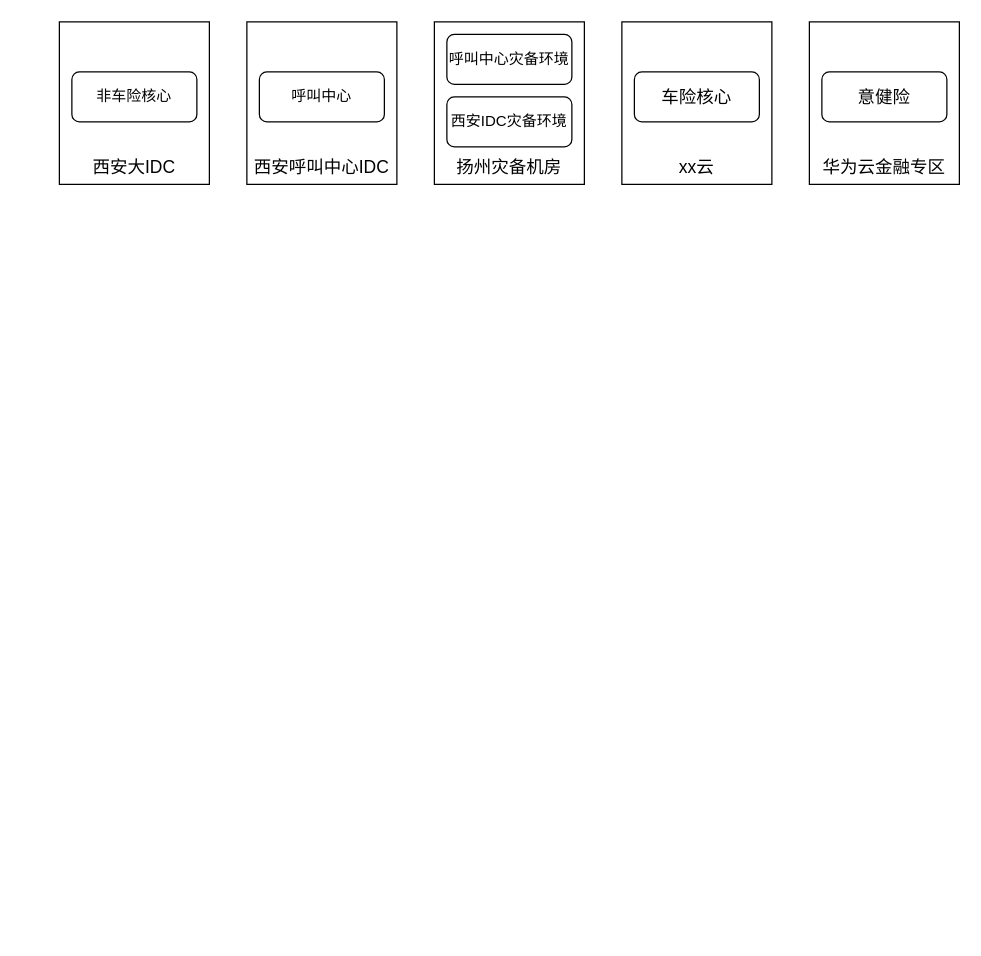
Earlier version of the draw.io diagram 华为云上云架构设计研讨.drawio (wucaitian/wucaitian). Source tidied: cells renumbered, new cells numbered last; positions are measured from the earlier drawing's top-left corner, leaving out a move shared by most shapes. Both pictures are drawn from the tidied source at 125%, with x=0, y=0 at pixel (59, 21).
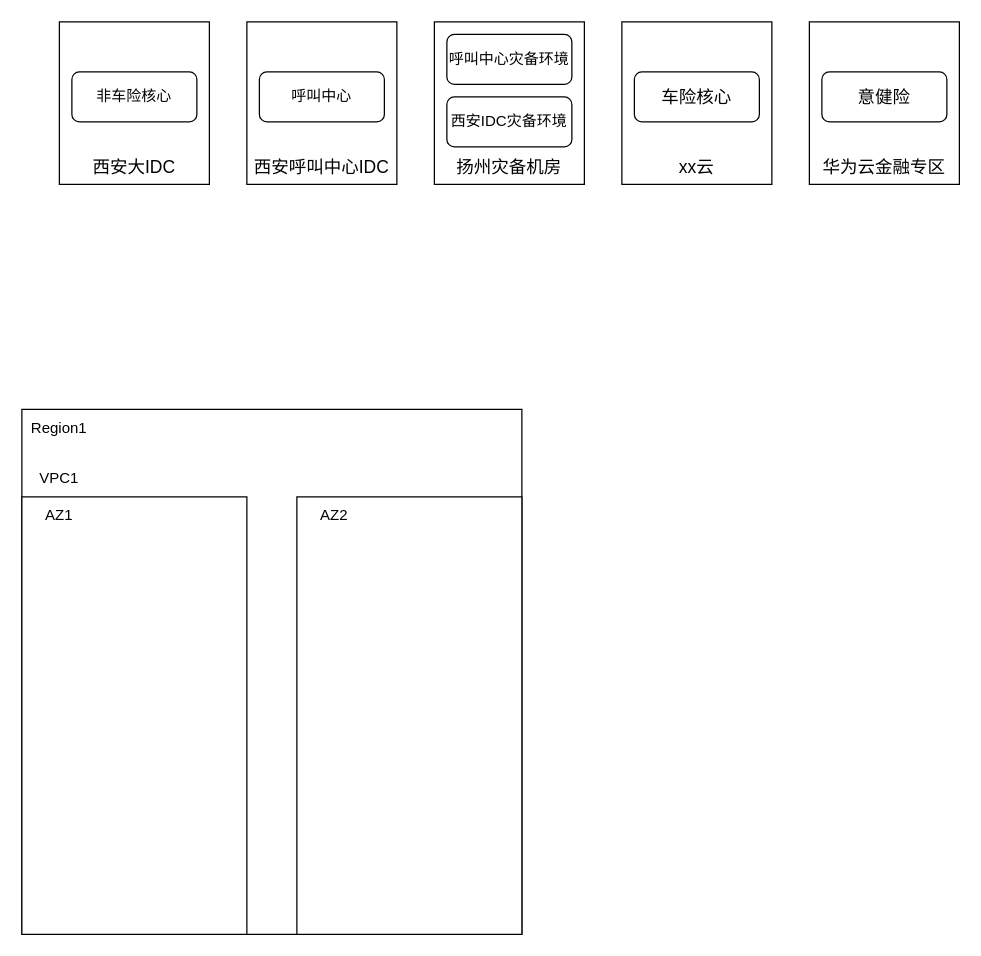
Above is the later version.

Commit message (it also covers changes not shown here):
更新华为云上云架构设计研讨.drawio

The edit, as a diff of the source:
```diff
@@
 <mxGraphModel>
   <root>
     <mxCell id="0" />
     <mxCell id="1" parent="0" />
     <mxCell id="2" value="&lt;p style=&quot;margin: 0pt 0pt 0.0001pt; text-align: justify; font-family: Calibri; font-size: 10.5pt;&quot; class=&quot;MsoNormal&quot;&gt;&lt;br&gt;&lt;/p&gt;&lt;p style=&quot;margin: 0pt 0pt 0.0001pt; text-align: justify; font-family: Calibri; font-size: 10.5pt;&quot; class=&quot;MsoNormal&quot;&gt;&lt;br&gt;&lt;/p&gt;&lt;p style=&quot;margin: 0pt 0pt 0.0001pt; text-align: justify; font-family: Calibri; font-size: 10.5pt;&quot; class=&quot;MsoNormal&quot;&gt;&lt;br&gt;&lt;/p&gt;&lt;p style=&quot;margin: 0pt 0pt 0.0001pt; text-align: justify; font-family: Calibri; font-size: 10.5pt;&quot; class=&quot;MsoNormal&quot;&gt;&lt;br&gt;&lt;/p&gt;&lt;p style=&quot;margin: 0pt 0pt 0.0001pt; text-align: justify; font-family: Calibri; font-size: 10.5pt;&quot; class=&quot;MsoNormal&quot;&gt;&lt;br&gt;&lt;/p&gt;&lt;p style=&quot;margin: 0pt 0pt 0.0001pt; text-align: justify; font-family: Calibri; font-size: 10.5pt;&quot; class=&quot;MsoNormal&quot;&gt;&lt;br&gt;&lt;/p&gt;&lt;p style=&quot;margin: 0pt 0pt 0.0001pt; text-align: justify; font-family: Calibri; font-size: 10.5pt;&quot; class=&quot;MsoNormal&quot;&gt;&lt;font face=&quot;仿宋_GB2312&quot;&gt;西安大&lt;/font&gt;&lt;font face=&quot;仿宋_GB2312&quot;&gt;IDC&lt;/font&gt;&lt;/p&gt;" style="rounded=0;whiteSpace=wrap;html=1;" parent="1" vertex="1">
       <mxGeometry width="120" height="130" as="geometry" />
     </mxCell>
     <mxCell id="3" value="&lt;p style=&quot;margin: 0pt 0pt 0.0001pt; text-align: justify; font-family: Calibri; font-size: 10.5pt;&quot; class=&quot;MsoNormal&quot;&gt;&lt;br&gt;&lt;/p&gt;&lt;p style=&quot;margin: 0pt 0pt 0.0001pt; text-align: justify; font-family: Calibri; font-size: 10.5pt;&quot; class=&quot;MsoNormal&quot;&gt;&lt;br&gt;&lt;/p&gt;&lt;p style=&quot;margin: 0pt 0pt 0.0001pt; text-align: justify; font-family: Calibri; font-size: 10.5pt;&quot; class=&quot;MsoNormal&quot;&gt;&lt;br&gt;&lt;/p&gt;&lt;p style=&quot;margin: 0pt 0pt 0.0001pt; text-align: justify; font-family: Calibri; font-size: 10.5pt;&quot; class=&quot;MsoNormal&quot;&gt;&lt;br&gt;&lt;/p&gt;&lt;p style=&quot;margin: 0pt 0pt 0.0001pt; text-align: justify; font-family: Calibri; font-size: 10.5pt;&quot; class=&quot;MsoNormal&quot;&gt;&lt;br&gt;&lt;/p&gt;&lt;p style=&quot;margin: 0pt 0pt 0.0001pt; text-align: justify; font-family: Calibri; font-size: 10.5pt;&quot; class=&quot;MsoNormal&quot;&gt;&lt;br&gt;&lt;/p&gt;&lt;p style=&quot;margin: 0pt 0pt 0.0001pt; text-align: justify; font-family: Calibri; font-size: 10.5pt;&quot; class=&quot;MsoNormal&quot;&gt;&lt;font face=&quot;仿宋_GB2312&quot;&gt;扬州灾备机房&lt;/font&gt;&lt;/p&gt;" style="rounded=0;whiteSpace=wrap;html=1;" parent="1" vertex="1">
       <mxGeometry x="300" width="120" height="130" as="geometry" />
     </mxCell>
     <mxCell id="4" value="&lt;p style=&quot;margin: 0pt 0pt 0.0001pt; text-align: justify; font-family: Calibri; font-size: 10.5pt;&quot; class=&quot;MsoNormal&quot;&gt;&lt;br&gt;&lt;/p&gt;&lt;p style=&quot;margin: 0pt 0pt 0.0001pt; text-align: justify; font-family: Calibri; font-size: 10.5pt;&quot; class=&quot;MsoNormal&quot;&gt;&lt;font face=&quot;仿宋_GB2312&quot;&gt;&lt;br&gt;&lt;/font&gt;&lt;/p&gt;&lt;p style=&quot;margin: 0pt 0pt 0.0001pt; text-align: justify; font-family: Calibri; font-size: 10.5pt;&quot; class=&quot;MsoNormal&quot;&gt;&lt;font face=&quot;仿宋_GB2312&quot;&gt;&lt;br&gt;&lt;/font&gt;&lt;/p&gt;&lt;p style=&quot;margin: 0pt 0pt 0.0001pt; text-align: justify; font-family: Calibri; font-size: 10.5pt;&quot; class=&quot;MsoNormal&quot;&gt;&lt;font face=&quot;仿宋_GB2312&quot;&gt;&lt;br&gt;&lt;/font&gt;&lt;/p&gt;&lt;p style=&quot;margin: 0pt 0pt 0.0001pt; text-align: justify; font-family: Calibri; font-size: 10.5pt;&quot; class=&quot;MsoNormal&quot;&gt;&lt;font face=&quot;仿宋_GB2312&quot;&gt;&lt;br&gt;&lt;/font&gt;&lt;/p&gt;&lt;p style=&quot;margin: 0pt 0pt 0.0001pt; text-align: justify; font-family: Calibri; font-size: 10.5pt;&quot; class=&quot;MsoNormal&quot;&gt;&lt;font face=&quot;仿宋_GB2312&quot;&gt;&lt;br&gt;&lt;/font&gt;&lt;/p&gt;&lt;p style=&quot;margin: 0pt 0pt 0.0001pt; text-align: justify; font-family: Calibri; font-size: 10.5pt;&quot; class=&quot;MsoNormal&quot;&gt;&lt;font style=&quot;font-size: 10.5pt;&quot; face=&quot;仿宋_GB2312&quot;&gt;西安呼叫中心&lt;/font&gt;&lt;font style=&quot;font-size: 10.5pt;&quot; face=&quot;仿宋_GB2312&quot;&gt;IDC&lt;/font&gt;&lt;br&gt;&lt;/p&gt;" style="rounded=0;whiteSpace=wrap;html=1;" parent="1" vertex="1">
       <mxGeometry x="150" width="120" height="130" as="geometry" />
     </mxCell>
     <mxCell id="5" value="&lt;p style=&quot;margin: 0pt 0pt 0.0001pt; text-align: justify; font-family: Calibri; font-size: 10.5pt;&quot; class=&quot;MsoNormal&quot;&gt;&lt;span style=&quot;font-family: 仿宋_GB2312; font-size: 10.5pt;&quot;&gt;&lt;br&gt;&lt;/span&gt;&lt;/p&gt;&lt;p style=&quot;margin: 0pt 0pt 0.0001pt; text-align: justify; font-family: Calibri; font-size: 10.5pt;&quot; class=&quot;MsoNormal&quot;&gt;&lt;span style=&quot;font-family: 仿宋_GB2312; font-size: 10.5pt;&quot;&gt;&lt;br&gt;&lt;/span&gt;&lt;/p&gt;&lt;p style=&quot;margin: 0pt 0pt 0.0001pt; text-align: justify; font-family: Calibri; font-size: 10.5pt;&quot; class=&quot;MsoNormal&quot;&gt;&lt;span style=&quot;font-family: 仿宋_GB2312; font-size: 10.5pt;&quot;&gt;&lt;br&gt;&lt;/span&gt;&lt;/p&gt;&lt;p style=&quot;margin: 0pt 0pt 0.0001pt; text-align: justify; font-family: Calibri; font-size: 10.5pt;&quot; class=&quot;MsoNormal&quot;&gt;&lt;span style=&quot;font-family: 仿宋_GB2312; font-size: 10.5pt;&quot;&gt;&lt;br&gt;&lt;/span&gt;&lt;/p&gt;&lt;p style=&quot;margin: 0pt 0pt 0.0001pt; text-align: justify; font-family: Calibri; font-size: 10.5pt;&quot; class=&quot;MsoNormal&quot;&gt;&lt;span style=&quot;font-family: 仿宋_GB2312; font-size: 10.5pt;&quot;&gt;&lt;br&gt;&lt;/span&gt;&lt;/p&gt;&lt;p style=&quot;margin: 0pt 0pt 0.0001pt; text-align: justify; font-family: Calibri; font-size: 10.5pt;&quot; class=&quot;MsoNormal&quot;&gt;&lt;span style=&quot;font-family: 仿宋_GB2312; font-size: 10.5pt;&quot;&gt;&lt;br&gt;&lt;/span&gt;&lt;/p&gt;&lt;p style=&quot;margin: 0pt 0pt 0.0001pt; text-align: justify; font-family: Calibri; font-size: 10.5pt;&quot; class=&quot;MsoNormal&quot;&gt;&lt;span style=&quot;font-family: 仿宋_GB2312; font-size: 10.5pt;&quot;&gt;xx云&lt;/span&gt;&lt;br&gt;&lt;/p&gt;" style="rounded=0;whiteSpace=wrap;html=1;" parent="1" vertex="1">
       <mxGeometry x="450" width="120" height="130" as="geometry" />
     </mxCell>
     <mxCell id="6" value="&lt;p style=&quot;margin: 0pt 0pt 0.0001pt; text-align: justify; font-family: Calibri; font-size: 10.5pt;&quot; class=&quot;MsoNormal&quot;&gt;&lt;br&gt;&lt;/p&gt;&lt;p style=&quot;margin: 0pt 0pt 0.0001pt; text-align: justify; font-family: Calibri; font-size: 10.5pt;&quot; class=&quot;MsoNormal&quot;&gt;&lt;br&gt;&lt;/p&gt;&lt;p style=&quot;margin: 0pt 0pt 0.0001pt; text-align: justify; font-family: Calibri; font-size: 10.5pt;&quot; class=&quot;MsoNormal&quot;&gt;&lt;br&gt;&lt;/p&gt;&lt;p style=&quot;margin: 0pt 0pt 0.0001pt; text-align: justify; font-family: Calibri; font-size: 10.5pt;&quot; class=&quot;MsoNormal&quot;&gt;&lt;br&gt;&lt;/p&gt;&lt;p style=&quot;margin: 0pt 0pt 0.0001pt; text-align: justify; font-family: Calibri; font-size: 10.5pt;&quot; class=&quot;MsoNormal&quot;&gt;&lt;br&gt;&lt;/p&gt;&lt;p style=&quot;margin: 0pt 0pt 0.0001pt; text-align: justify; font-family: Calibri; font-size: 10.5pt;&quot; class=&quot;MsoNormal&quot;&gt;&lt;br&gt;&lt;/p&gt;&lt;p style=&quot;margin: 0pt 0pt 0.0001pt; text-align: justify; font-family: Calibri; font-size: 10.5pt;&quot; class=&quot;MsoNormal&quot;&gt;&lt;font face=&quot;仿宋_GB2312&quot;&gt;华为云金融专区&lt;/font&gt;&lt;/p&gt;" style="rounded=0;whiteSpace=wrap;html=1;" parent="1" vertex="1">
       <mxGeometry x="600" width="120" height="130" as="geometry" />
     </mxCell>
     <mxCell id="7" value="非车险核心" style="rounded=1;whiteSpace=wrap;html=1;" parent="1" vertex="1">
       <mxGeometry x="10" y="40" width="100" height="40" as="geometry" />
     </mxCell>
     <mxCell id="8" value="呼叫中心" style="rounded=1;whiteSpace=wrap;html=1;" parent="1" vertex="1">
       <mxGeometry x="160" y="40" width="100" height="40" as="geometry" />
     </mxCell>
     <mxCell id="9" value="呼叫中心灾备环境" style="rounded=1;whiteSpace=wrap;html=1;" parent="1" vertex="1">
       <mxGeometry x="310" y="10" width="100" height="40" as="geometry" />
     </mxCell>
     <mxCell id="10" value="西安IDC灾备环境" style="rounded=1;whiteSpace=wrap;html=1;" parent="1" vertex="1">
       <mxGeometry x="310" y="60" width="100" height="40" as="geometry" />
     </mxCell>
     <mxCell id="11" value="&lt;p style=&quot;border-color: var(--border-color); margin: 0pt 0pt 0.0001pt; text-align: justify; font-family: Calibri; font-size: 10.5pt;&quot; class=&quot;MsoNormal&quot;&gt;&lt;font style=&quot;border-color: var(--border-color);&quot; face=&quot;仿宋_GB2312&quot;&gt;车险核心&lt;/font&gt;&lt;/p&gt;" style="rounded=1;whiteSpace=wrap;html=1;" parent="1" vertex="1">
       <mxGeometry x="460" y="40" width="100" height="40" as="geometry" />
     </mxCell>
     <mxCell id="12" value="&lt;p style=&quot;border-color: var(--border-color); margin: 0pt 0pt 0.0001pt; text-align: justify; font-family: Calibri; font-size: 10.5pt;&quot; class=&quot;MsoNormal&quot;&gt;意健险&lt;br&gt;&lt;/p&gt;" style="rounded=1;whiteSpace=wrap;html=1;" parent="1" vertex="1">
       <mxGeometry x="610" y="40" width="100" height="40" as="geometry" />
     </mxCell>
+    <mxCell id="13" value="&lt;p style=&quot;margin: 0pt 0pt 0.0001pt; text-align: justify; font-family: Calibri; font-size: 10.5pt;&quot; class=&quot;MsoNormal&quot;&gt;&lt;br&gt;&lt;/p&gt;" style="rounded=0;whiteSpace=wrap;html=1;" parent="1" vertex="1">
+      <mxGeometry x="-30" y="310" width="400" height="420" as="geometry" />
+    </mxCell>
+    <mxCell id="14" value="Region1" style="text;html=1;strokeColor=none;fillColor=none;align=center;verticalAlign=middle;whiteSpace=wrap;rounded=0;" parent="1" vertex="1">
+      <mxGeometry x="-30" y="310" width="60" height="30" as="geometry" />
+    </mxCell>
+    <mxCell id="15" style="rounded=0;whiteSpace=wrap;html=1;" parent="1" vertex="1">
+      <mxGeometry x="-30" y="380" width="180" height="350" as="geometry" />
+    </mxCell>
+    <mxCell id="16" value="VPC1" style="text;html=1;strokeColor=none;fillColor=none;align=center;verticalAlign=middle;whiteSpace=wrap;rounded=0;" parent="1" vertex="1">
+      <mxGeometry x="-30" y="350" width="60" height="30" as="geometry" />
+    </mxCell>
+    <mxCell id="17" style="rounded=0;whiteSpace=wrap;html=1;" parent="1" vertex="1">
+      <mxGeometry x="190" y="380" width="180" height="350" as="geometry" />
+    </mxCell>
+    <mxCell id="18" value="AZ1" style="text;html=1;strokeColor=none;fillColor=none;align=center;verticalAlign=middle;whiteSpace=wrap;rounded=0;" parent="1" vertex="1">
+      <mxGeometry x="-30" y="380" width="60" height="30" as="geometry" />
+    </mxCell>
+    <mxCell id="19" value="AZ2" style="text;html=1;strokeColor=none;fillColor=none;align=center;verticalAlign=middle;whiteSpace=wrap;rounded=0;" parent="1" vertex="1">
+      <mxGeometry x="190" y="380" width="60" height="30" as="geometry" />
+    </mxCell>
   </root>
 </mxGraphModel>
```
